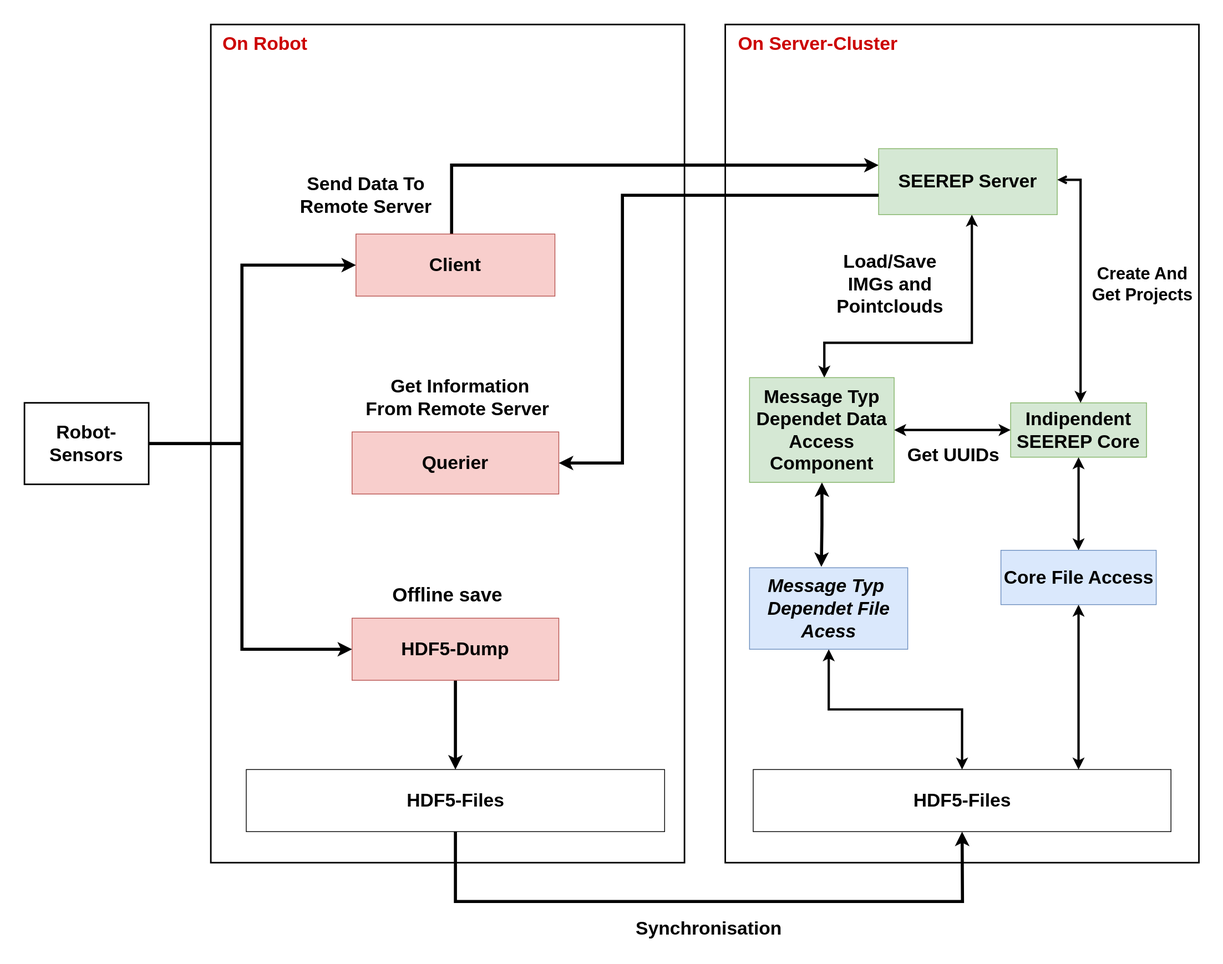
Before: docs/mkdocs/imgs/SEEREP-Overview.svg, a diagram exported from draw.io (agri-gaia/seerep). Source tidied: cells renumbered, new cells last; positions are measured from the earlier drawing's top-left corner, leaving out a move shared by most shapes.
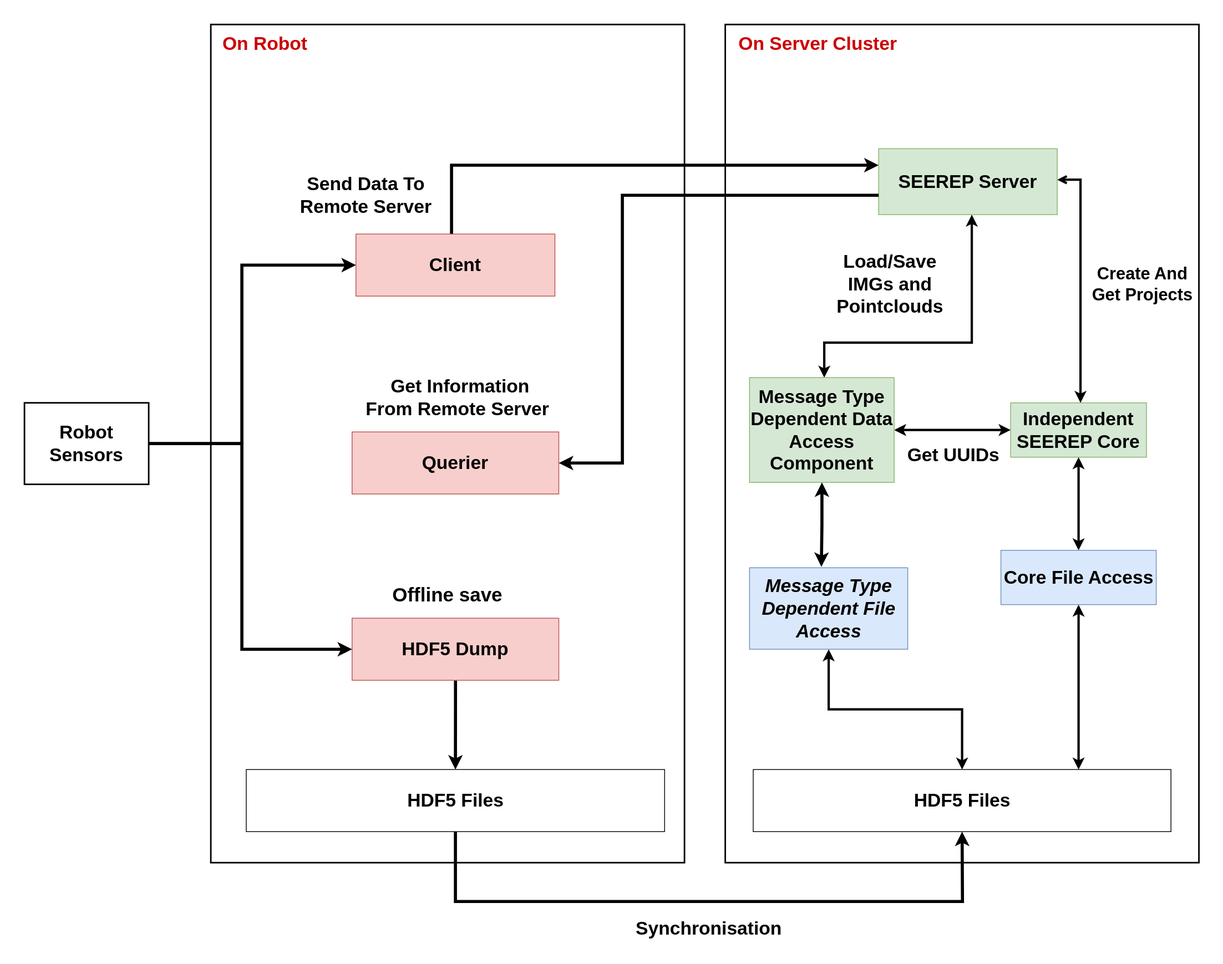
Later version of the same file.

Commit message:
Fix typos in overview img

* Typ -> Type
* Dependet -> Dependent
* Indipendent -> Independent
* Acess -> Access
* Remove plenty of dashes ("-")

What changed in the source:
```diff
@@ -14,7 +14,7 @@
     <mxCell id="5" value="&lt;font size=&quot;1&quot;&gt;&lt;b style=&quot;font-size: 24px&quot;&gt;Querier&lt;/b&gt;&lt;/font&gt;" style="rounded=0;whiteSpace=wrap;html=1;fillColor=#f8cecc;strokeColor=#b85450;" parent="1" vertex="1">
       <mxGeometry x="421.9" y="525" width="266.2" height="80" as="geometry" />
     </mxCell>
-    <mxCell id="6" value="&lt;font size=&quot;1&quot;&gt;&lt;b style=&quot;font-size: 24px&quot;&gt;HDF5-Files&lt;/b&gt;&lt;/font&gt;" style="rounded=0;whiteSpace=wrap;html=1;glass=0;fontSize=14;strokeWidth=1;fillColor=#FFFFFF;gradientColor=none;" parent="1" vertex="1">
+    <mxCell id="6" value="&lt;font size=&quot;1&quot;&gt;&lt;b style=&quot;font-size: 24px&quot;&gt;HDF5 Files&lt;/b&gt;&lt;/font&gt;" style="rounded=0;whiteSpace=wrap;html=1;glass=0;fontSize=14;strokeWidth=1;fillColor=#FFFFFF;gradientColor=none;" parent="1" vertex="1">
       <mxGeometry x="285.6" y="960" width="538.8" height="80" as="geometry" />
     </mxCell>
     <mxCell id="7" style="edgeStyle=orthogonalEdgeStyle;rounded=0;jettySize=auto;html=1;entryX=0.5;entryY=0;entryDx=0;entryDy=0;fontSize=16;fontColor=#000000;strokeWidth=4;" parent="1" edge="1" source="8" target="6">
@@ -25,7 +25,7 @@
         </Array>
       </mxGeometry>
     </mxCell>
-    <mxCell id="8" value="&lt;font size=&quot;1&quot;&gt;&lt;b style=&quot;font-size: 24px&quot;&gt;HDF5-Dump&lt;/b&gt;&lt;/font&gt;" style="rounded=0;whiteSpace=wrap;html=1;fillColor=#f8cecc;strokeColor=#b85450;" parent="1" vertex="1">
+    <mxCell id="8" value="&lt;font size=&quot;1&quot;&gt;&lt;b style=&quot;font-size: 24px&quot;&gt;HDF5 Dump&lt;/b&gt;&lt;/font&gt;" style="rounded=0;whiteSpace=wrap;html=1;fillColor=#f8cecc;strokeColor=#b85450;" parent="1" vertex="1">
       <mxGeometry x="421.9" y="765" width="266.2" height="80" as="geometry" />
     </mxCell>
     <mxCell id="9" value="&lt;font size=&quot;1&quot;&gt;&lt;b style=&quot;font-size: 25px&quot;&gt;Offline save&lt;/b&gt;&lt;/font&gt;" style="text;html=1;strokeColor=none;fillColor=none;align=center;verticalAlign=middle;whiteSpace=wrap;rounded=0;glass=0;fontSize=18;horizontal=1;strokeWidth=2;" parent="1" vertex="1">
@@ -34,10 +34,10 @@
     <mxCell id="10" value="&lt;font size=&quot;1&quot;&gt;&lt;b style=&quot;font-size: 24px&quot;&gt;&amp;nbsp;Get Information From Remote Server&lt;/b&gt;&lt;/font&gt;" style="text;html=1;strokeColor=none;fillColor=none;align=center;verticalAlign=middle;whiteSpace=wrap;rounded=0;glass=0;fontSize=14;horizontal=1;" parent="1" vertex="1">
       <mxGeometry x="436.3" y="437.5" width="243.7" height="87.5" as="geometry" />
     </mxCell>
-    <mxCell id="11" value="&lt;font size=&quot;1&quot;&gt;&lt;b style=&quot;font-size: 24px&quot;&gt;On Server-Cluster&lt;/b&gt;&lt;/font&gt;" style="text;html=1;strokeColor=none;fillColor=none;align=center;verticalAlign=middle;whiteSpace=wrap;rounded=0;glass=0;strokeWidth=3;fontColor=#CC0000;" parent="1" vertex="1">
+    <mxCell id="11" value="&lt;font size=&quot;1&quot;&gt;&lt;b style=&quot;font-size: 24px&quot;&gt;On Server Cluster&lt;/b&gt;&lt;/font&gt;" style="text;html=1;strokeColor=none;fillColor=none;align=center;verticalAlign=middle;whiteSpace=wrap;rounded=0;glass=0;strokeWidth=3;fontColor=#CC0000;" parent="1" vertex="1">
       <mxGeometry x="912.5" y="10" width="217.5" height="30" as="geometry" />
     </mxCell>
-    <mxCell id="12" value="&lt;font size=&quot;1&quot;&gt;&lt;b style=&quot;font-size: 24px&quot;&gt;HDF5-Files&lt;/b&gt;&lt;/font&gt;" style="rounded=0;whiteSpace=wrap;html=1;glass=0;fontSize=14;strokeWidth=1;fillColor=#FFFFFF;gradientColor=none;" parent="1" vertex="1">
+    <mxCell id="12" value="&lt;font size=&quot;1&quot;&gt;&lt;b style=&quot;font-size: 24px&quot;&gt;HDF5 Files&lt;/b&gt;&lt;/font&gt;" style="rounded=0;whiteSpace=wrap;html=1;glass=0;fontSize=14;strokeWidth=1;fillColor=#FFFFFF;gradientColor=none;" parent="1" vertex="1">
       <mxGeometry x="938.5" y="960" width="538" height="80" as="geometry" />
     </mxCell>
     <mxCell id="13" style="edgeStyle=orthogonalEdgeStyle;rounded=0;jettySize=auto;html=1;entryX=0;entryY=0.25;entryDx=0;entryDy=0;fontSize=24;fontColor=#000000;startArrow=none;startFill=0;strokeWidth=4;" parent="1" edge="1" source="14" target="31">
@@ -56,7 +56,7 @@
     <mxCell id="16" style="edgeStyle=orthogonalEdgeStyle;rounded=0;jettySize=auto;html=1;entryX=0.5;entryY=0;entryDx=0;entryDy=0;fontColor=#10739E;strokeWidth=3;startArrow=classic;startFill=1;" parent="1" edge="1" source="17" target="28">
       <mxGeometry relative="1" as="geometry" />
     </mxCell>
-    <mxCell id="17" value="&lt;font size=&quot;1&quot;&gt;&lt;b style=&quot;font-size: 24px&quot;&gt;Indipendent SEEREP Core&lt;/b&gt;&lt;/font&gt;" style="rounded=0;whiteSpace=wrap;html=1;fillColor=#d5e8d4;strokeColor=#82b366;" parent="1" vertex="1">
+    <mxCell id="17" value="&lt;font size=&quot;1&quot;&gt;&lt;b style=&quot;font-size: 24px&quot;&gt;Independent SEEREP Core&lt;/b&gt;&lt;/font&gt;" style="rounded=0;whiteSpace=wrap;html=1;fillColor=#d5e8d4;strokeColor=#82b366;" parent="1" vertex="1">
       <mxGeometry x="1270" y="487.5" width="175" height="70" as="geometry" />
     </mxCell>
     <mxCell id="18" style="edgeStyle=orthogonalEdgeStyle;rounded=0;jettySize=auto;html=1;entryX=0;entryY=0.5;entryDx=0;entryDy=0;fontSize=16;fontColor=#000000;strokeWidth=4;" parent="1" edge="1" source="20" target="14">
@@ -75,7 +75,7 @@
         </Array>
       </mxGeometry>
     </mxCell>
-    <mxCell id="20" value="&lt;b&gt;&lt;font style=&quot;font-size: 24px&quot;&gt;Robot-Sensors&lt;/font&gt;&lt;/b&gt;" style="rounded=0;whiteSpace=wrap;html=1;glass=0;fontSize=16;strokeWidth=2;" parent="1" vertex="1">
+    <mxCell id="20" value="&lt;b&gt;&lt;font style=&quot;font-size: 24px&quot;&gt;Robot Sensors&lt;/font&gt;&lt;/b&gt;" style="rounded=0;whiteSpace=wrap;html=1;glass=0;fontSize=16;strokeWidth=2;" parent="1" vertex="1">
       <mxGeometry y="487.5" width="160" height="105" as="geometry" />
     </mxCell>
     <mxCell id="21" style="endArrow=classic;startArrow=none;html=1;rounded=0;fontSize=16;fontColor=none;strokeColor=#000000;strokeWidth=4;exitX=0.5;exitY=1;exitDx=0;exitDy=0;entryX=0.5;entryY=1;entryDx=0;entryDy=0;startFill=0;" parent="1" edge="1" source="6" target="12">
@@ -101,7 +101,7 @@
     <mxCell id="25" style="edgeStyle=orthogonalEdgeStyle;rounded=0;jettySize=auto;html=1;fontSize=16;fontColor=#000000;startArrow=classic;startFill=1;endArrow=classic;endFill=1;strokeWidth=3;" parent="1" edge="1" source="26" target="12">
       <mxGeometry relative="1" as="geometry" />
     </mxCell>
-    <mxCell id="26" value="&lt;span style=&quot;font-size: 24px&quot;&gt;&lt;b&gt;&lt;i&gt;Message Typ&amp;nbsp;&lt;br&gt;Dependet File Acess&lt;br&gt;&lt;/i&gt;&lt;/b&gt;&lt;/span&gt;" style="rounded=0;whiteSpace=wrap;html=1;glass=0;fontSize=16;strokeWidth=1;fillColor=#dae8fc;strokeColor=#6c8ebf;" parent="1" vertex="1">
+    <mxCell id="26" value="&lt;span style=&quot;font-size: 24px&quot;&gt;&lt;b&gt;&lt;i&gt;Message Type &lt;br&gt;Dependent File Access&lt;br&gt;&lt;/i&gt;&lt;/b&gt;&lt;/span&gt;" style="rounded=0;whiteSpace=wrap;html=1;glass=0;fontSize=16;strokeWidth=1;fillColor=#dae8fc;strokeColor=#6c8ebf;" parent="1" vertex="1">
       <mxGeometry x="933.8" y="700" width="203.8" height="105" as="geometry" />
     </mxCell>
     <mxCell id="27" style="edgeStyle=orthogonalEdgeStyle;rounded=0;jettySize=auto;html=1;fontColor=#10739E;strokeWidth=3;startArrow=classic;startFill=1;" parent="1" edge="1" source="28" target="12">
@@ -139,7 +139,7 @@
     <mxCell id="33" style="edgeStyle=orthogonalEdgeStyle;rounded=0;jettySize=auto;html=1;entryX=0.454;entryY=-0.011;entryDx=0;entryDy=0;entryPerimeter=0;fontSize=24;fontColor=#000000;startArrow=classic;startFill=1;strokeWidth=4;" parent="1" edge="1" source="34" target="26">
       <mxGeometry relative="1" as="geometry" />
     </mxCell>
-    <mxCell id="34" value="&lt;span style=&quot;font-size: 24px&quot;&gt;&lt;b&gt;Message Typ&lt;br&gt;Dependet Data Access Component&lt;br&gt;&lt;/b&gt;&lt;/span&gt;" style="rounded=0;whiteSpace=wrap;html=1;fillColor=#d5e8d4;strokeColor=#82b366;" parent="1" vertex="1">
+    <mxCell id="34" value="&lt;span style=&quot;font-size: 24px&quot;&gt;&lt;b&gt;Message Type&lt;br&gt;Dependent Data Access Component&lt;br&gt;&lt;/b&gt;&lt;/span&gt;" style="rounded=0;whiteSpace=wrap;html=1;fillColor=#d5e8d4;strokeColor=#82b366;" parent="1" vertex="1">
       <mxGeometry x="933.8" y="455" width="186.2" height="135" as="geometry" />
     </mxCell>
     <mxCell id="35" value="&lt;font color=&quot;#000000&quot; style=&quot;font-size: 24px&quot;&gt;&lt;b&gt;Load/Save &lt;br&gt;IMGs and Pointclouds&lt;/b&gt;&lt;/font&gt;" style="text;html=1;strokeColor=none;fillColor=none;align=center;verticalAlign=middle;whiteSpace=wrap;rounded=0;fontColor=#D79B00;fontSize=16;" parent="1" vertex="1">
```
